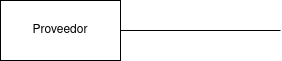
The draw.io diagram Unidad-1/Tareas/Tarea-1/Primer Diagrama.drawio.png in RafaelMayor/base-datos, before a commit. Source tidied: cells renumbered, new cells last; positions are measured from the earlier drawing's top-left corner, leaving out a move shared by most shapes.
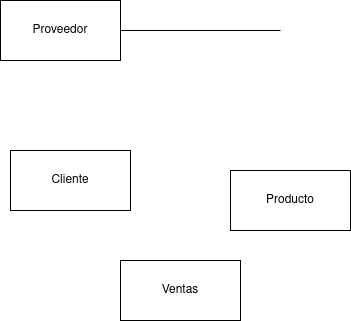
The same file after the commit.

What changed in the source:
```diff
@@ -10,5 +10,14 @@
         <mxPoint x="280" y="30" as="targetPoint" />
       </mxGeometry>
     </mxCell>
+    <mxCell id="4" value="Cliente" style="rounded=0;whiteSpace=wrap;html=1;" parent="1" vertex="1">
+      <mxGeometry x="10" y="150" width="120" height="60" as="geometry" />
+    </mxCell>
+    <mxCell id="5" value="Producto" style="rounded=0;whiteSpace=wrap;html=1;" parent="1" vertex="1">
+      <mxGeometry x="230" y="170" width="120" height="60" as="geometry" />
+    </mxCell>
+    <mxCell id="6" value="Ventas" style="rounded=0;whiteSpace=wrap;html=1;" parent="1" vertex="1">
+      <mxGeometry x="120" y="260" width="120" height="60" as="geometry" />
+    </mxCell>
   </root>
 </mxGraphModel>
```
